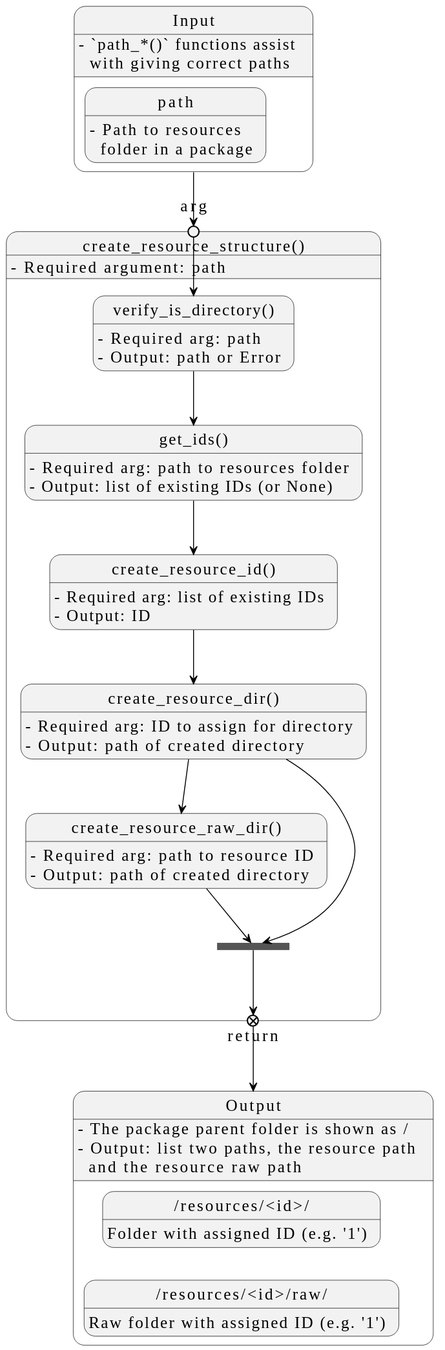
This is docs/design/images/core-python-functions/create-resource-structure.svg from seedcase-project/seedcase-sprout, a PlantUML export, as it was before one commit.
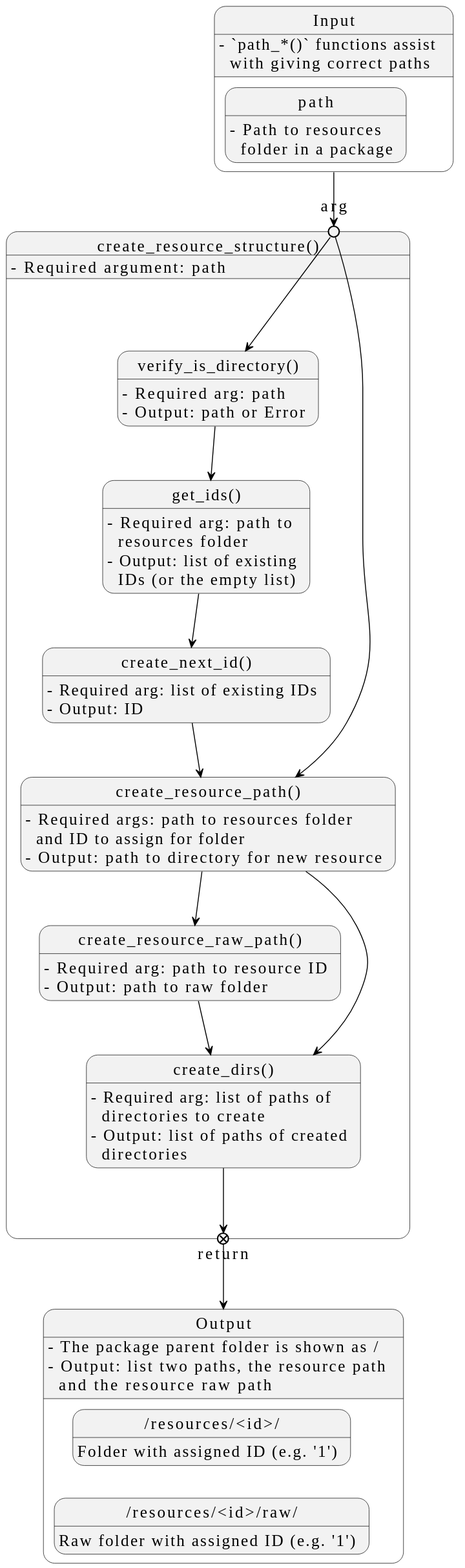
After the change.

Commit message:
docs: :memo: create paths that send to `create_dirs()` function

Change to the diagram source:
```diff
@@ -1,8 +1,5 @@
 @startuml
 !theme seedcase from https://raw.githubusercontent.com/seedcase-project/seedcase-theme/main
-
-skinparam StateFontColor black
-skinparam StateFontName Fira Code
 
 state "Input" as input {
   input : - `path_*()` functions assist\n  with giving correct paths
@@ -32,30 +29,34 @@
   arg --> vid
 
   state "get_ids()" as gi
-  gi : - Required arg: path to resources folder
-  gi : - Output: list of existing IDs (or None)
+  gi : - Required arg: path to\n  resources folder
+  gi : - Output: list of existing\n  IDs (or the empty list)
   vid --> gi
 
-  state "create_resource_id()" as cri
-  cri : - Required arg: list of existing IDs
-  cri : - Output: ID
-  gi --> cri
+  state "create_next_id()" as cni
+  cni : - Required arg: list of existing IDs
+  cni : - Output: ID
+  gi --> cni
 
-  state "create_resource_dir()" as crd
-  crd : - Required arg: ID to assign for directory
-  crd : - Output: path of created directory
-  cri --> crd
+  state "create_resource_path()" as crp
+  crp : - Required args: path to resources folder\n  and ID to assign for folder
+  crp : - Output: path to directory for new resource
+  cni --> crp
+  arg --> crp
 
-  state "create_resource_raw_dir()" as crrd
-  crrd : - Required arg: path to resource ID
-  crrd : - Output: path of created directory
-  crd --> crrd
+  state "create_resource_raw_path()" as crrp
+  crrp : - Required arg: path to resource ID
+  crrp : - Output: path to raw folder
+  crp --> crrp
 
-  state join <<join>>
+  state "create_dirs()" as cd
+  cd : - Required arg: list of paths of\n  directories to create
+  cd : - Output: list of paths of created\n  directories
+  crp --> cd
+  crrp --> cd
+
   state return <<exitPoint>>
-  crrd --> join
-  crd --> join
-  join --> return
+  cd --> return
   return --> output
 }
 @enduml
```
